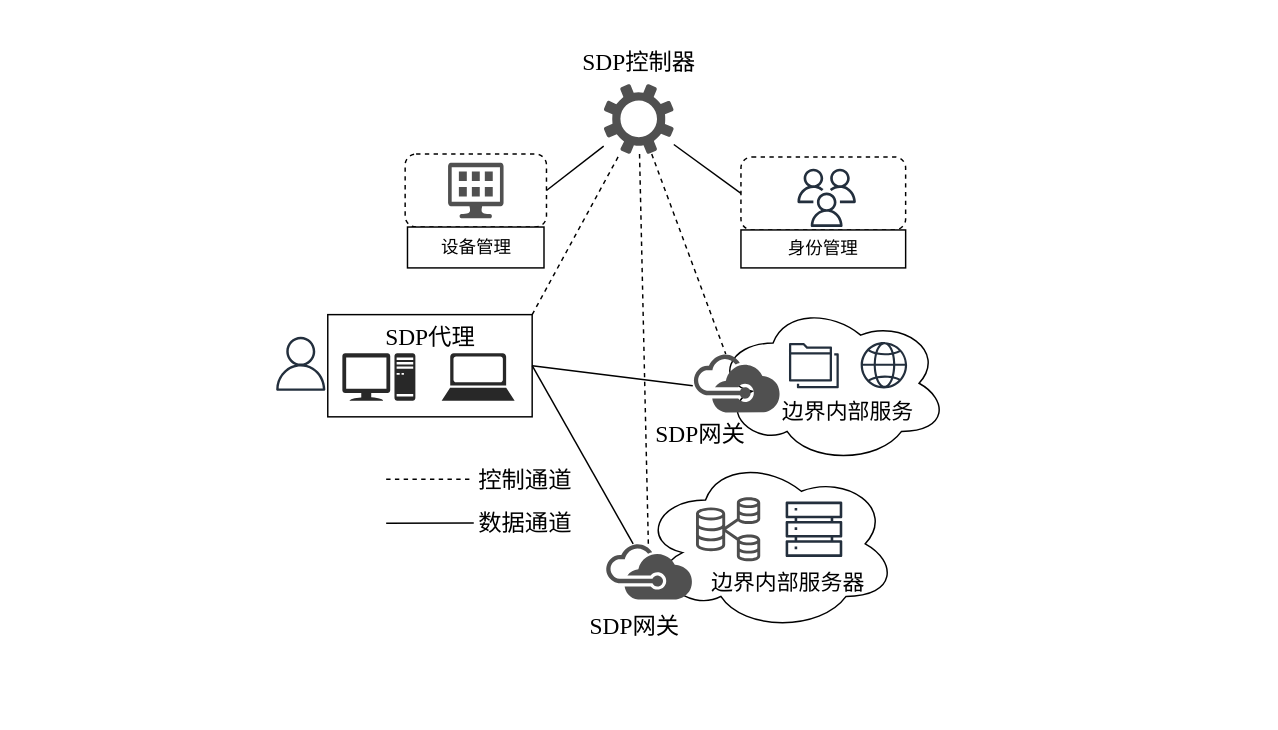
Before: testDirectory/软件定义边界模型.drawio in Moose1273/-, a draw.io diagram. Source tidied: cells renumbered, new cells numbered last; positions are measured from the earlier drawing's top-left corner, leaving out a move shared by most shapes. Both pictures are drawn from the tidied source at 146%, with x=0, y=0 at pixel (273, 39).
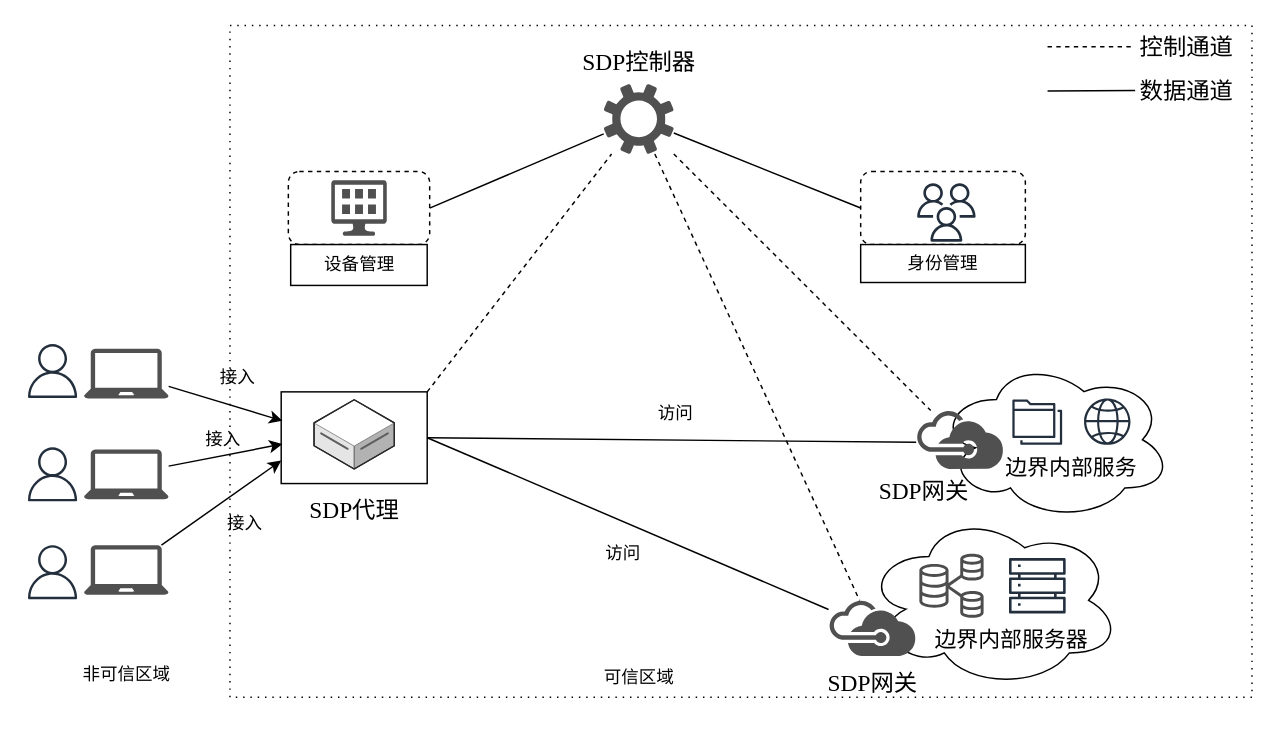
After the change.

Commit message:
更新软件定义边界模型.drawio

The edit, as a diff of the source:
```diff
@@
+    <mxCell id="38" style="rounded=0;whiteSpace=wrap;html=1;dashed=1;dashPattern=1 4;" parent="1" vertex="1">
+      <mxGeometry x="-30" y="-10" width="700" height="460" as="geometry" />
+    </mxCell>
     <mxCell id="2" style="rounded=1;whiteSpace=wrap;html=1;dashed=1;" parent="1" vertex="1">
-      <mxGeometry x="320" y="80" width="112.8" height="50" as="geometry" />
+      <mxGeometry x="402" y="90" width="112.8" height="50" as="geometry" />
     </mxCell>
     <mxCell id="3" style="rounded=1;whiteSpace=wrap;html=1;dashed=1;" parent="1" vertex="1">
-      <mxGeometry x="90" y="78" width="96.8" height="50" as="geometry" />
+      <mxGeometry x="10" y="90" width="96.8" height="50" as="geometry" />
     </mxCell>
     <mxCell id="4" style="rounded=0;whiteSpace=wrap;html=1;" parent="1" vertex="1">
-      <mxGeometry x="37" y="188" width="140" height="70" as="geometry" />
+      <mxGeometry x="5.1" y="240.9" width="100" height="62.8" as="geometry" />
     </mxCell>
@@
-    <mxCell id="6" style="verticalLabelPosition=bottom;sketch=0;html=1;fillColor=#282828;strokeColor=none;verticalAlign=top;align=center;shape=mxgraph.cisco_safe.iot_things_icons.icon12;" parent="1" vertex="1">
-      <mxGeometry x="115" y="214.5" width="50" height="32.5" as="geometry" />
-    </mxCell>
     <mxCell id="7" style="sketch=0;fontColor=#232F3E;gradientColor=none;fillColor=#232F3D;strokeColor=none;dashed=0;verticalLabelPosition=bottom;verticalAlign=top;align=center;html=1;fontSize=12;fontStyle=0;shape=mxgraph.aws4.user;" parent="1" vertex="1">
-      <mxGeometry y="203.2" width="37" height="37" as="geometry" />
+      <mxGeometry x="-170" y="208.1" width="37" height="37" as="geometry" />
     </mxCell>
     <mxCell id="8" style="ellipse;shape=cloud;whiteSpace=wrap;html=1;" parent="1" vertex="1">
-      <mxGeometry x="302" y="180" width="160" height="110" as="geometry" />
+      <mxGeometry x="455" y="218.7" width="160" height="110" as="geometry" />
     </mxCell>
-    <mxCell id="9" style="verticalLabelPosition=bottom;sketch=0;html=1;fillColor=#282828;strokeColor=none;verticalAlign=top;align=center;shape=mxgraph.cisco_safe.iot_things_icons.icon15;" parent="1" vertex="1">
-      <mxGeometry x="47" y="214.5" width="50" height="32.5" as="geometry" />
-    </mxCell>
     <mxCell id="10" style="sketch=0;shadow=0;dashed=0;html=1;strokeColor=none;fillColor=#505050;labelPosition=center;verticalLabelPosition=bottom;outlineConnect=0;verticalAlign=top;align=center;shape=mxgraph.office.clouds.azure;" parent="1" vertex="1">
-      <mxGeometry x="287" y="215" width="60" height="40" as="geometry" />
+      <mxGeometry x="440" y="253.7" width="60" height="40" as="geometry" />
     </mxCell>
     <mxCell id="11" style="ellipse;shape=cloud;whiteSpace=wrap;html=1;" parent="1" vertex="1">
-      <mxGeometry x="252" y="285" width="175" height="120" as="geometry" />
+      <mxGeometry x="405" y="323.7" width="175" height="120" as="geometry" />
     </mxCell>
     <mxCell id="12" style="sketch=0;shadow=0;dashed=0;html=1;strokeColor=none;fillColor=#505050;labelPosition=center;verticalLabelPosition=bottom;outlineConnect=0;verticalAlign=top;align=center;shape=mxgraph.office.clouds.azure;" parent="1" vertex="1">
-      <mxGeometry x="227" y="345" width="60" height="38.2" as="geometry" />
+      <mxGeometry x="380" y="383.7" width="60" height="38.2" as="geometry" />
     </mxCell>
@@
     <mxCell id="19" style="sketch=0;fontColor=#232F3E;gradientColor=none;fillColor=#232F3D;strokeColor=none;dashed=0;verticalLabelPosition=bottom;verticalAlign=top;align=center;html=1;fontSize=12;fontStyle=0;shape=mxgraph.aws4.folders;" parent="1" vertex="1">
-      <mxGeometry x="352.9" y="207.5" width="34.1" height="31" as="geometry" />
+      <mxGeometry x="505.9" y="246.2" width="34.1" height="31" as="geometry" />
     </mxCell>
     <mxCell id="20" style="sketch=0;fontColor=#232F3E;gradientColor=none;fillColor=#232F3D;strokeColor=none;dashed=0;verticalLabelPosition=bottom;verticalAlign=top;align=center;html=1;fontSize=12;fontStyle=0;shape=mxgraph.aws4.globe;" parent="1" vertex="1">
-      <mxGeometry x="402" y="206.8" width="31.8" height="31.8" as="geometry" />
+      <mxGeometry x="555" y="245.4" width="31.8" height="31.8" as="geometry" />
     </mxCell>
     <mxCell id="21" style="sketch=0;fontColor=#232F3E;gradientColor=none;fillColor=#232F3D;strokeColor=none;dashed=0;verticalLabelPosition=bottom;verticalAlign=top;align=center;html=1;fontSize=12;fontStyle=0;shape=mxgraph.aws4.servers;" parent="1" vertex="1">
-      <mxGeometry x="350.6" y="315.6" width="38.8" height="38.8" as="geometry" />
+      <mxGeometry x="503.6" y="354.3" width="38.8" height="38.8" as="geometry" />
     </mxCell>
     <mxCell id="22" value="&lt;font style=&quot;font-size: 15px;&quot;&gt;边界内部服务器&lt;/font&gt;" style="text;html=1;align=center;verticalAlign=middle;strokeColor=none;fillColor=none;" parent="1" vertex="1">
-      <mxGeometry x="287" y="356.2" width="130" height="30" as="geometry" />
+      <mxGeometry x="440" y="394.9" width="130" height="30" as="geometry" />
     </mxCell>
     <mxCell id="23" value="&lt;font style=&quot;font-size: 15px;&quot;&gt;边界内部服务&lt;/font&gt;" style="text;html=1;align=center;verticalAlign=middle;strokeColor=none;fillColor=none;" parent="1" vertex="1">
-      <mxGeometry x="338.2" y="238.5" width="110" height="30" as="geometry" />
+      <mxGeometry x="491.2" y="277.2" width="110" height="30" as="geometry" />
     </mxCell>
     <mxCell id="24" value="&lt;font style=&quot;font-size: 16px;&quot;&gt;&lt;font face=&quot;Times New Roman&quot;&gt;SDP网关&lt;br&gt;&lt;/font&gt;&lt;/font&gt;" style="text;html=1;align=center;verticalAlign=middle;strokeColor=none;fillColor=none;" parent="1" vertex="1">
-      <mxGeometry x="252" y="255" width="80" height="30" as="geometry" />
+      <mxGeometry x="405" y="293.7" width="80" height="30" as="geometry" />
     </mxCell>
     <mxCell id="25" value="&lt;font style=&quot;font-size: 16px;&quot;&gt;&lt;font face=&quot;Times New Roman&quot;&gt;SDP网关&lt;br&gt;&lt;/font&gt;&lt;/font&gt;" style="text;html=1;align=center;verticalAlign=middle;strokeColor=none;fillColor=none;" parent="1" vertex="1">
-      <mxGeometry x="207" y="386.2" width="80" height="30" as="geometry" />
+      <mxGeometry x="370" y="424.9" width="80" height="30" as="geometry" />
     </mxCell>
     <mxCell id="26" value="&lt;font style=&quot;font-size: 16px;&quot;&gt;&lt;font face=&quot;Times New Roman&quot;&gt;SDP代理&lt;/font&gt;&lt;/font&gt;" style="text;html=1;align=center;verticalAlign=middle;strokeColor=none;fillColor=none;" parent="1" vertex="1">
-      <mxGeometry x="67" y="188" width="80" height="30" as="geometry" />
+      <mxGeometry x="15.1" y="307.2" width="80" height="30" as="geometry" />
     </mxCell>
     <mxCell id="27" style="endArrow=none;dashed=1;html=1;rounded=0;" parent="1" edge="1">
       <mxGeometry relative="1" as="geometry">
-        <mxPoint x="77" y="300.7" as="sourcePoint" />
-        <mxPoint x="137" y="300.7" as="targetPoint" />
+        <mxPoint x="530" y="4.5" as="sourcePoint" />
+        <mxPoint x="590" y="4.5" as="targetPoint" />
       </mxGeometry>
     </mxCell>
     <mxCell id="28" value="&lt;font style=&quot;font-size: 16px;&quot;&gt;&lt;font face=&quot;Times New Roman&quot;&gt;控制通道&lt;br&gt;&lt;/font&gt;&lt;/font&gt;" style="text;html=1;align=center;verticalAlign=middle;strokeColor=none;fillColor=none;" parent="1" vertex="1">
-      <mxGeometry x="127" y="286.2" width="90" height="30" as="geometry" />
+      <mxGeometry x="580" y="-10" width="90" height="30" as="geometry" />
     </mxCell>
     <mxCell id="29" style="endArrow=none;html=1;rounded=0;" parent="1" edge="1">
       <mxGeometry relative="1" as="geometry">
-        <mxPoint x="77" y="330.9" as="sourcePoint" />
-        <mxPoint x="137" y="330.7" as="targetPoint" />
+        <mxPoint x="530" y="34.8" as="sourcePoint" />
+        <mxPoint x="590" y="34.5" as="targetPoint" />
       </mxGeometry>
     </mxCell>
     <mxCell id="30" value="&lt;font style=&quot;font-size: 16px;&quot;&gt;&lt;font face=&quot;Times New Roman&quot;&gt;数据通道&lt;br&gt;&lt;/font&gt;&lt;/font&gt;" style="text;html=1;align=center;verticalAlign=middle;strokeColor=none;fillColor=none;" parent="1" vertex="1">
-      <mxGeometry x="127" y="316.2" width="90" height="30" as="geometry" />
+      <mxGeometry x="580" y="20" width="90" height="30" as="geometry" />
     </mxCell>
     <mxCell id="31" style="sketch=0;fontColor=#232F3E;gradientColor=none;fillColor=#232F3D;strokeColor=none;dashed=0;verticalLabelPosition=bottom;verticalAlign=top;align=center;html=1;fontSize=12;fontStyle=0;shape=mxgraph.aws4.users;" parent="1" vertex="1">
-      <mxGeometry x="358.7" y="88" width="40" height="40" as="geometry" />
+      <mxGeometry x="440.7" y="98" width="40" height="40" as="geometry" />
     </mxCell>
     <mxCell id="32" value="身份管理" style="rounded=0;whiteSpace=wrap;html=1;" parent="1" vertex="1">
-      <mxGeometry x="320" y="130" width="112.8" height="26" as="geometry" />
+      <mxGeometry x="402" y="140" width="112.8" height="26" as="geometry" />
     </mxCell>
     <mxCell id="33" style="sketch=0;shadow=0;dashed=0;html=1;strokeColor=none;fillColor=#505050;labelPosition=center;verticalLabelPosition=bottom;verticalAlign=top;align=center;shape=mxgraph.office.devices.management_console;" parent="1" vertex="1">
-      <mxGeometry x="119.4" y="84" width="38" height="38" as="geometry" />
+      <mxGeometry x="39.4" y="96" width="38" height="38" as="geometry" />
     </mxCell>
     <mxCell id="34" value="设备管理" style="rounded=0;whiteSpace=wrap;html=1;" parent="1" vertex="1">
-      <mxGeometry x="91.6" y="128" width="93.5" height="28" as="geometry" />
+      <mxGeometry x="11.6" y="140" width="93.5" height="28" as="geometry" />
     </mxCell>
     <mxCell id="35" style="sketch=0;fontColor=#232F3E;gradientColor=none;fillColor=#4D4D4D;strokeColor=none;dashed=0;verticalLabelPosition=bottom;verticalAlign=top;align=center;html=1;fontSize=12;fontStyle=0;shape=mxgraph.aws4.rds_multi_az_db_cluster;" parent="1" vertex="1">
-      <mxGeometry x="289.2" y="313" width="44" height="44" as="geometry" />
+      <mxGeometry x="442.2" y="351.7" width="44" height="44" as="geometry" />
     </mxCell>
@@
+    <mxCell id="39" style="sketch=0;fontColor=#232F3E;gradientColor=none;fillColor=#232F3D;strokeColor=none;dashed=0;verticalLabelPosition=bottom;verticalAlign=top;align=center;html=1;fontSize=12;fontStyle=0;shape=mxgraph.aws4.user;" parent="1" vertex="1">
+      <mxGeometry x="-170" y="278.9" width="37" height="37" as="geometry" />
+    </mxCell>
+    <mxCell id="40" style="sketch=0;fontColor=#232F3E;gradientColor=none;fillColor=#232F3D;strokeColor=none;dashed=0;verticalLabelPosition=bottom;verticalAlign=top;align=center;html=1;fontSize=12;fontStyle=0;shape=mxgraph.aws4.user;" parent="1" vertex="1">
+      <mxGeometry x="-170" y="345.9" width="37" height="37" as="geometry" />
+    </mxCell>
+    <mxCell id="41" style="sketch=0;shadow=0;dashed=0;html=1;strokeColor=none;fillColor=#505050;labelPosition=center;verticalLabelPosition=bottom;verticalAlign=top;outlineConnect=0;align=center;shape=mxgraph.office.devices.laptop;" parent="1" vertex="1">
+      <mxGeometry x="-130" y="211.4" width="58" height="34" as="geometry" />
+    </mxCell>
+    <mxCell id="42" style="verticalLabelPosition=bottom;html=1;verticalAlign=top;strokeWidth=1;align=center;dashed=0;shape=mxgraph.aws3d.dataServer;strokeColor=#5E5E5E;" parent="1" vertex="1">
+      <mxGeometry x="27.6" y="246.3" width="55" height="47.4" as="geometry" />
+    </mxCell>
+    <mxCell id="43" style="sketch=0;shadow=0;dashed=0;html=1;strokeColor=none;fillColor=#505050;labelPosition=center;verticalLabelPosition=bottom;verticalAlign=top;outlineConnect=0;align=center;shape=mxgraph.office.devices.laptop;" parent="1" vertex="1">
+      <mxGeometry x="-130" y="280.4" width="58" height="34" as="geometry" />
+    </mxCell>
+    <mxCell id="44" style="rounded=0;jettySize=auto;html=1;entryX=0;entryY=0.75;entryDx=0;entryDy=0;" parent="1" edge="1" source="45" target="4">
+      <mxGeometry relative="1" as="geometry" />
+    </mxCell>
+    <mxCell id="45" style="sketch=0;shadow=0;dashed=0;html=1;strokeColor=none;fillColor=#505050;labelPosition=center;verticalLabelPosition=bottom;verticalAlign=top;outlineConnect=0;align=center;shape=mxgraph.office.devices.laptop;" parent="1" vertex="1">
+      <mxGeometry x="-130" y="345.9" width="58" height="34" as="geometry" />
+    </mxCell>
+    <mxCell id="46" style="rounded=0;jettySize=auto;html=1;entryX=0.008;entryY=0.316;entryDx=0;entryDy=0;entryPerimeter=0;" parent="1" edge="1" source="41" target="4">
+      <mxGeometry relative="1" as="geometry" />
+    </mxCell>
+    <mxCell id="47" style="rounded=0;jettySize=auto;html=1;entryX=0.008;entryY=0.569;entryDx=0;entryDy=0;entryPerimeter=0;" parent="1" edge="1" source="43" target="4">
+      <mxGeometry relative="1" as="geometry" />
+    </mxCell>
+    <mxCell id="48" value="接入" style="text;html=1;align=center;verticalAlign=middle;strokeColor=none;fillColor=none;" parent="1" vertex="1">
+      <mxGeometry x="-50" y="216.3" width="50" height="30" as="geometry" />
+    </mxCell>
+    <mxCell id="49" value="接入" style="text;html=1;align=center;verticalAlign=middle;strokeColor=none;fillColor=none;" parent="1" vertex="1">
+      <mxGeometry x="-60" y="258.7" width="50" height="30" as="geometry" />
+    </mxCell>
+    <mxCell id="50" value="接入" style="text;html=1;align=center;verticalAlign=middle;strokeColor=none;fillColor=none;" parent="1" vertex="1">
+      <mxGeometry x="-44.9" y="315.9" width="50" height="30" as="geometry" />
+    </mxCell>
+    <mxCell id="51" value="访问" style="text;html=1;align=center;verticalAlign=middle;strokeColor=none;fillColor=none;" parent="1" vertex="1">
+      <mxGeometry x="250" y="240.9" width="50" height="30" as="geometry" />
+    </mxCell>
+    <mxCell id="52" value="访问" style="text;html=1;align=center;verticalAlign=middle;strokeColor=none;fillColor=none;" parent="1" vertex="1">
+      <mxGeometry x="214" y="337.2" width="50" height="30" as="geometry" />
+    </mxCell>
+    <mxCell id="53" value="可信区域" style="text;html=1;align=center;verticalAlign=middle;strokeColor=none;fillColor=none;" parent="1" vertex="1">
+      <mxGeometry x="215" y="421.9" width="70" height="30" as="geometry" />
+    </mxCell>
+    <mxCell id="54" value="非可信区域" style="text;html=1;align=center;verticalAlign=middle;strokeColor=none;fillColor=none;" parent="1" vertex="1">
+      <mxGeometry x="-141" y="420" width="80" height="30" as="geometry" />
+    </mxCell>
```
